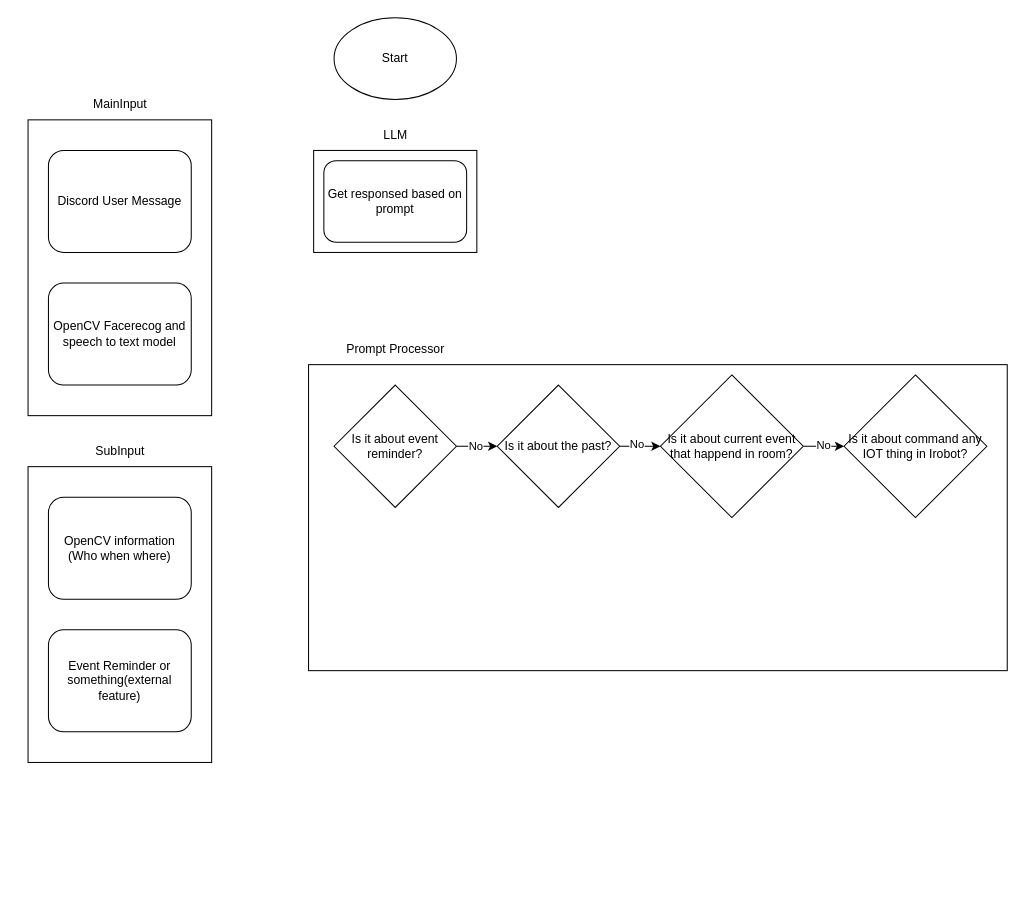
LuPow132/Luana_AI_Assistant keeps this draw.io diagram as Resourse/CodeWorkFlow.drawio. Above is the earlier version. Source tidied: cells renumbered, new cells numbered last; positions are measured from the earlier drawing's top-left corner, leaving out a move shared by most shapes. Both pictures are drawn from the tidied source at 102%, with x=0, y=0 at pixel (28, 17).
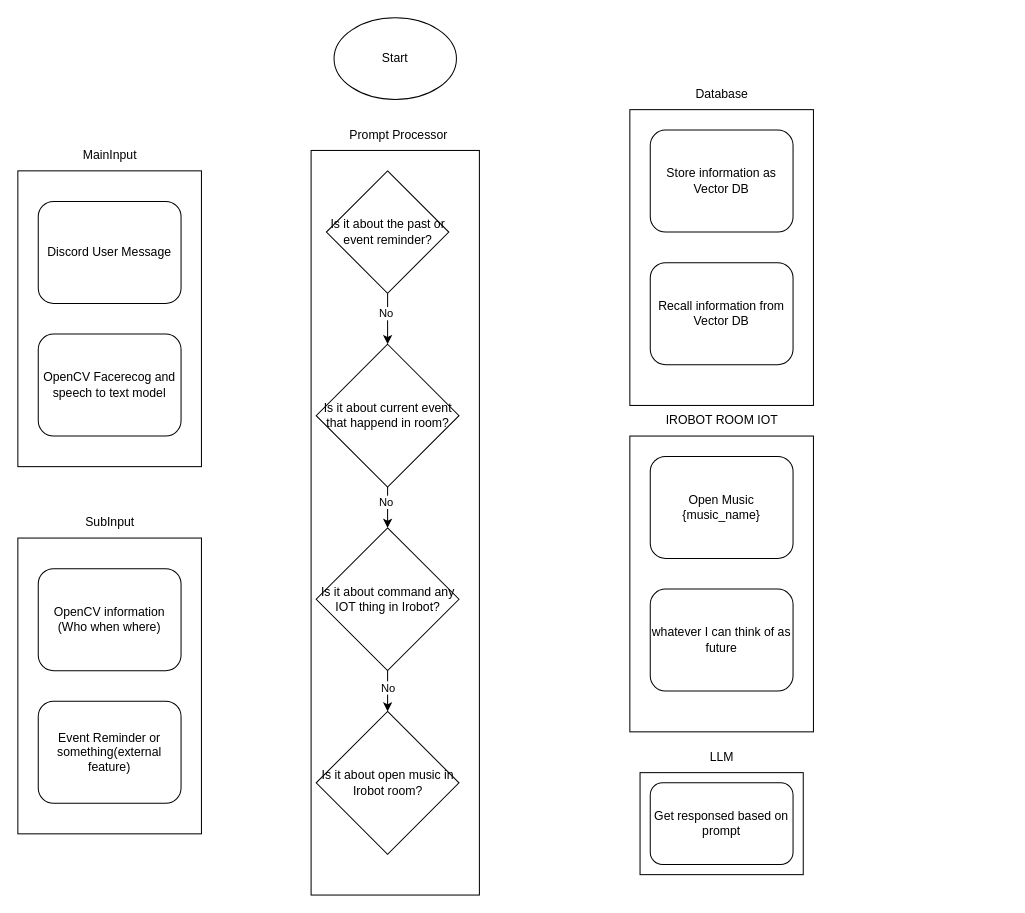
Above is the later version.

The edit, as a diff of the source:
```diff
@@
     <mxCell id="3" style="group;" parent="1" vertex="1">
-      <mxGeometry y="70" width="180" height="320" as="geometry" />
+      <mxGeometry x="-10" y="120" width="180" height="320" as="geometry" />
     </mxCell>
@@
     <mxCell id="8" style="group;" parent="1" vertex="1">
-      <mxGeometry y="410" width="180" height="320" as="geometry" />
+      <mxGeometry x="-10" y="480" width="180" height="320" as="geometry" />
     </mxCell>
@@
     <mxCell id="13" style="group;" parent="1" vertex="1">
-      <mxGeometry x="280" y="100" width="160" height="130" as="geometry" />
+      <mxGeometry x="600" y="710" width="160" height="130" as="geometry" />
     </mxCell>
@@
+    <mxCell id="30" style="group;" parent="1" vertex="1">
+      <mxGeometry x="590" y="60" width="180" height="320" as="geometry" />
+    </mxCell>
+    <mxCell id="31" style="rounded=0;whiteSpace=wrap;html=1;" parent="30" vertex="1">
+      <mxGeometry y="30" width="180" height="290" as="geometry" />
+    </mxCell>
+    <mxCell id="32" value="Store information as Vector DB" style="rounded=1;whiteSpace=wrap;html=1;" parent="30" vertex="1">
+      <mxGeometry x="20" y="50" width="140" height="100" as="geometry" />
+    </mxCell>
+    <mxCell id="33" value="Database" style="text;html=1;align=center;verticalAlign=middle;strokeColor=none;fillColor=none;" parent="30" vertex="1">
+      <mxGeometry x="55" width="70" height="30" as="geometry" />
+    </mxCell>
+    <mxCell id="34" value="Recall information from Vector DB" style="rounded=1;whiteSpace=wrap;html=1;" parent="30" vertex="1">
+      <mxGeometry x="20" y="180" width="140" height="100" as="geometry" />
+    </mxCell>
+    <mxCell id="35" style="group;" parent="1" vertex="1">
+      <mxGeometry x="590" y="380" width="180" height="320" as="geometry" />
+    </mxCell>
+    <mxCell id="36" style="rounded=0;whiteSpace=wrap;html=1;" parent="35" vertex="1">
+      <mxGeometry y="30" width="180" height="290" as="geometry" />
+    </mxCell>
+    <mxCell id="37" value="Open Music {music_name}" style="rounded=1;whiteSpace=wrap;html=1;" parent="35" vertex="1">
+      <mxGeometry x="20" y="50" width="140" height="100" as="geometry" />
+    </mxCell>
+    <mxCell id="38" value="IROBOT ROOM IOT" style="text;html=1;align=center;verticalAlign=middle;strokeColor=none;fillColor=none;" parent="35" vertex="1">
+      <mxGeometry x="25" width="130" height="30" as="geometry" />
+    </mxCell>
+    <mxCell id="39" value="whatever I can think of as future" style="rounded=1;whiteSpace=wrap;html=1;" parent="35" vertex="1">
+      <mxGeometry x="20" y="180" width="140" height="100" as="geometry" />
+    </mxCell>
+    <mxCell id="40" style="group;" parent="1" vertex="1">
+      <mxGeometry x="277.5" y="100" width="165" height="760" as="geometry" />
+    </mxCell>
-    <mxCell id="18" style="rounded=0;whiteSpace=wrap;html=1;" parent="1" vertex="1">
-      <mxGeometry x="275" y="340" width="685" height="300" as="geometry" />
+    <mxCell id="18" style="rounded=0;whiteSpace=wrap;html=1;" parent="40" vertex="1">
+      <mxGeometry y="30" width="165" height="730" as="geometry" />
     </mxCell>
-    <mxCell id="19" value="Prompt Processor" style="text;html=1;align=center;verticalAlign=middle;strokeColor=none;fillColor=none;" parent="1" vertex="1">
-      <mxGeometry x="300" y="310" width="120" height="30" as="geometry" />
+    <mxCell id="19" value="Prompt Processor" style="text;html=1;align=center;verticalAlign=middle;strokeColor=none;fillColor=none;" parent="40" vertex="1">
+      <mxGeometry x="25" width="120" height="30" as="geometry" />
     </mxCell>
-    <mxCell id="20" style="edgeStyle=orthogonalEdgeStyle;rounded=0;jettySize=auto;html=1;entryX=0;entryY=0.5;entryDx=0;entryDy=0;" parent="1" edge="1" source="22" target="25">
-      <mxGeometry relative="1" as="geometry" />
-    </mxCell>
-    <mxCell id="21" value="No" style="edgeLabel;html=1;align=center;verticalAlign=middle;" parent="20" vertex="1">
-      <mxGeometry x="-0.12" y="1" relative="1" as="geometry" />
-    </mxCell>
-    <mxCell id="22" value="Is it about event reminder?" style="rhombus;whiteSpace=wrap;html=1;" parent="1" vertex="1">
-      <mxGeometry x="300" y="360" width="120" height="120" as="geometry" />
-    </mxCell>
+    <mxCell id="25" value="Is it about the past or event reminder?" style="rhombus;whiteSpace=wrap;html=1;" parent="40" vertex="1">
+      <mxGeometry x="15" y="50" width="120" height="120" as="geometry" />
+    </mxCell>
+    <mxCell id="28" value="Is it about current event that happend in room?" style="rhombus;whiteSpace=wrap;html=1;" parent="40" vertex="1">
+      <mxGeometry x="5" y="220" width="140" height="140" as="geometry" />
+    </mxCell>
-    <mxCell id="23" style="edgeStyle=orthogonalEdgeStyle;rounded=0;jettySize=auto;html=1;exitX=1;exitY=0.5;exitDx=0;exitDy=0;entryX=0;entryY=0.5;entryDx=0;entryDy=0;" parent="1" edge="1" source="25" target="28">
+    <mxCell id="23" style="edgeStyle=orthogonalEdgeStyle;rounded=0;jettySize=auto;html=1;entryX=0.5;entryY=0;entryDx=0;entryDy=0;" parent="40" edge="1" source="25" target="28">
       <mxGeometry relative="1" as="geometry" />
     </mxCell>
-    <mxCell id="24" value="No" style="edgeLabel;html=1;align=center;verticalAlign=middle;" parent="23" vertex="1">
-      <mxGeometry x="-0.22" y="3" relative="1" as="geometry" />
-    </mxCell>
-    <mxCell id="25" value="Is it about the past?" style="rhombus;whiteSpace=wrap;html=1;" parent="1" vertex="1">
-      <mxGeometry x="460" y="360" width="120" height="120" as="geometry" />
-    </mxCell>
+    <mxCell id="41" value="No" style="edgeLabel;html=1;align=center;verticalAlign=middle;" parent="23" vertex="1">
+      <mxGeometry x="-0.24" y="-2" relative="1" as="geometry" />
+    </mxCell>
+    <mxCell id="29" value="Is it about command any IOT thing in Irobot?" style="rhombus;whiteSpace=wrap;html=1;" parent="40" vertex="1">
+      <mxGeometry x="5" y="400" width="140" height="140" as="geometry" />
+    </mxCell>
-    <mxCell id="26" style="edgeStyle=orthogonalEdgeStyle;rounded=0;jettySize=auto;html=1;exitX=1;exitY=0.5;exitDx=0;exitDy=0;entryX=0;entryY=0.5;entryDx=0;entryDy=0;" parent="1" edge="1" source="28" target="29">
+    <mxCell id="26" style="edgeStyle=orthogonalEdgeStyle;rounded=0;jettySize=auto;html=1;entryX=0.5;entryY=0;entryDx=0;entryDy=0;" parent="40" edge="1" source="28" target="29">
       <mxGeometry relative="1" as="geometry" />
     </mxCell>
-    <mxCell id="27" value="No" style="edgeLabel;html=1;align=center;verticalAlign=middle;" parent="26" vertex="1">
-      <mxGeometry x="-0.07" y="2" relative="1" as="geometry" />
-    </mxCell>
-    <mxCell id="28" value="Is it about current event that happend in room?" style="rhombus;whiteSpace=wrap;html=1;" parent="1" vertex="1">
-      <mxGeometry x="620" y="350" width="140" height="140" as="geometry" />
-    </mxCell>
-    <mxCell id="29" value="Is it about command any IOT thing in Irobot?" style="rhombus;whiteSpace=wrap;html=1;" parent="1" vertex="1">
-      <mxGeometry x="800" y="350" width="140" height="140" as="geometry" />
-    </mxCell>
+    <mxCell id="42" value="No" style="edgeLabel;html=1;align=center;verticalAlign=middle;" parent="26" vertex="1">
+      <mxGeometry x="-0.29" y="-2" relative="1" as="geometry" />
+    </mxCell>
+    <mxCell id="43" value="Is it about open music in Irobot room?" style="rhombus;whiteSpace=wrap;html=1;" parent="40" vertex="1">
+      <mxGeometry x="5" y="580" width="140" height="140" as="geometry" />
+    </mxCell>
+    <mxCell id="44" style="edgeStyle=orthogonalEdgeStyle;rounded=0;jettySize=auto;html=1;entryX=0.5;entryY=0;entryDx=0;entryDy=0;" parent="40" edge="1" source="29" target="43">
+      <mxGeometry relative="1" as="geometry" />
+    </mxCell>
+    <mxCell id="45" value="No" style="edgeLabel;html=1;align=center;verticalAlign=middle;" parent="44" vertex="1">
+      <mxGeometry x="-0.22" relative="1" as="geometry" />
+    </mxCell>
```
